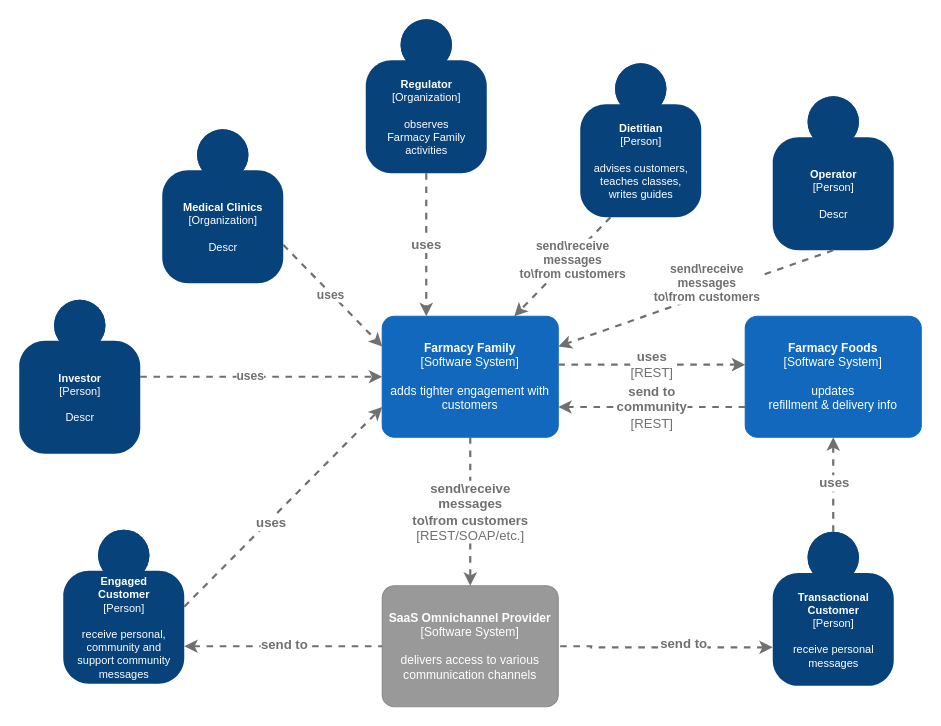
Before: page "C4.System Context" (2 of 2) of analysis/drawio.drawio in sakosy/arch_katas_2021, a draw.io diagram. Source tidied: cells renumbered, new cells numbered last; positions are measured from the earlier drawing's top-left corner, leaving out a move shared by most shapes. Both pictures are drawn from the tidied source at 110%, with x=0, y=0 at pixel (19, 19).
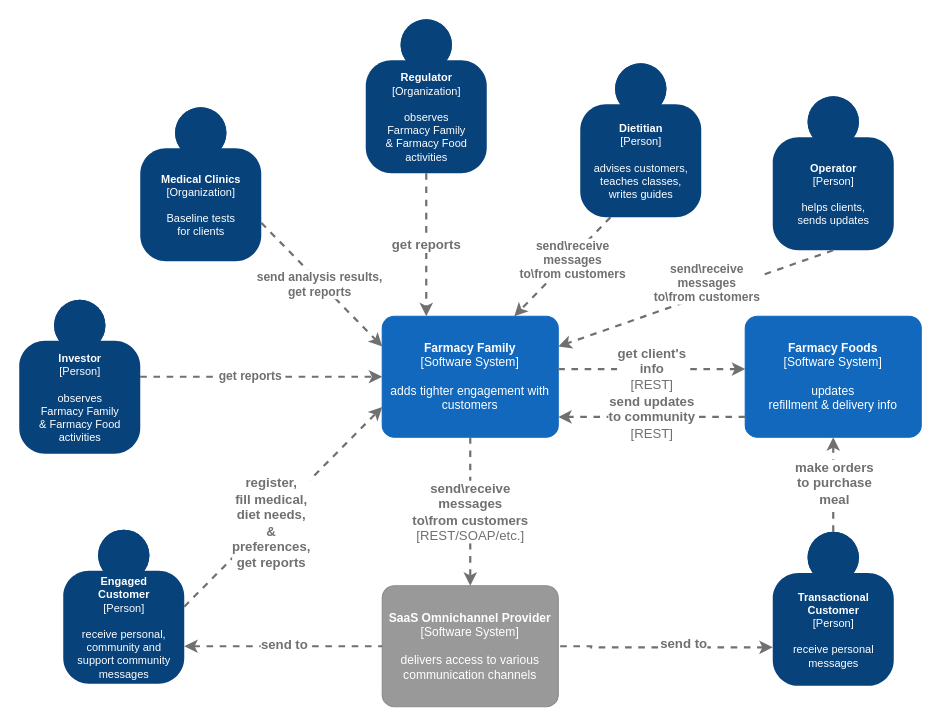
The same diagram, later.

Commit message (it also covers changes not shown here):
deleted assumptions & stakeholders files updated stakeholders & assumptions in Readme new diagram version

The change refers to these unchanged cells:
```xml
<object id="3" label="&lt;b style=&quot;font-size: 11px;&quot;&gt;%c4Name%&lt;/b&gt;&lt;div style=&quot;font-size: 11px;&quot;&gt;[%c4Type%]&lt;/div&gt;&lt;br style=&quot;font-size: 11px;&quot;&gt;&lt;div style=&quot;font-size: 11px;&quot;&gt;%c4Description%&lt;/div&gt;" c4Description="adds tighter engagement with customers" c4Name="Farmacy Family" c4Type="Software System" placeholders="1">
  <mxCell style="rounded=1;whiteSpace=wrap;html=1;labelBackgroundColor=none;fillColor=#1168BD;fontColor=#ffffff;align=center;arcSize=10;strokeColor=#1168BD;metaData={&quot;c4Type&quot;:{&quot;editable&quot;:false}};points=[[0.25,0,0],[0.5,0,0],[0.75,0,0],[1,0.25,0],[1,0.5,0],[1,0.75,0],[0.75,1,0],[0.5,1,0],[0.25,1,0],[0,0.75,0],[0,0.5,0],[0,0.25,0]];fontFamily=PT Mono;fontSize=11;" parent="1" vertex="1">
    <mxGeometry x="330" y="270" width="160" height="110" as="geometry" />
  </mxCell>
</object>
<object id="4" label="&lt;b style=&quot;font-size: 11px;&quot;&gt;%c4Name%&lt;/b&gt;&lt;div style=&quot;font-size: 11px;&quot;&gt;[%c4Type%]&lt;/div&gt;&lt;br style=&quot;font-size: 11px;&quot;&gt;&lt;div style=&quot;font-size: 11px;&quot;&gt;%c4Description%&lt;/div&gt;" c4Description="updates&#10;refillment &amp; delivery info" c4Name="Farmacy Foods" c4Type="Software System" placeholders="1">
  <mxCell style="rounded=1;whiteSpace=wrap;html=1;labelBackgroundColor=none;fillColor=#1168BD;fontColor=#ffffff;align=center;arcSize=10;strokeColor=#1168BD;metaData={&quot;c4Type&quot;:{&quot;editable&quot;:false}};points=[[0.25,0,0],[0.5,0,0],[0.75,0,0],[1,0.25,0],[1,0.5,0],[1,0.75,0],[0.75,1,0],[0.5,1,0],[0.25,1,0],[0,0.75,0],[0,0.5,0],[0,0.25,0]];fontFamily=PT Mono;fontSize=11;" parent="1" vertex="1">
    <mxGeometry x="660" y="270" width="160" height="110" as="geometry" />
  </mxCell>
</object>
<mxCell id="8" style="endArrow=classic;html=1;rounded=0;fontFamily=PT Mono;fontSize=12;fontColor=#707070;verticalAlign=middle;dashed=1;strokeColor=#707070;strokeWidth=2;endFill=1;startFill=0;entryX=0;entryY=0.75;entryDx=0;entryDy=0;entryPerimeter=0;exitX=1;exitY=0.5;exitDx=0;exitDy=0;exitPerimeter=0;" parent="1" edge="1" source="2" target="3">
  <mxGeometry relative="1" as="geometry" />
</mxCell>
<mxCell id="11" style="endArrow=classic;html=1;rounded=0;fontFamily=PT Mono;fontSize=12;fontColor=#707070;verticalAlign=middle;dashed=1;strokeColor=#707070;strokeWidth=2;endFill=1;startFill=0;exitX=0.5;exitY=0;exitDx=0;exitDy=0;exitPerimeter=0;entryX=0.5;entryY=1;entryDx=0;entryDy=0;entryPerimeter=0;edgeStyle=orthogonalEdgeStyle;" parent="1" edge="1" source="10" target="4">
  <mxGeometry relative="1" as="geometry" />
</mxCell>
<mxCell id="23" style="edgeStyle=none;rounded=0;jettySize=auto;html=1;entryX=0;entryY=0.5;entryDx=0;entryDy=0;entryPerimeter=0;fontFamily=PT Mono;fontSize=12;fontColor=#707070;startArrow=none;startFill=0;endArrow=classic;endFill=1;verticalAlign=middle;dashed=1;strokeColor=#707070;strokeWidth=2;" parent="1" edge="1" source="25" target="3">
  <mxGeometry relative="1" as="geometry" />
</mxCell>
<mxCell id="27" style="endArrow=classic;html=1;rounded=0;fontFamily=PT Mono;fontSize=12;fontColor=#707070;verticalAlign=middle;exitX=1;exitY=0.75;exitDx=0;exitDy=0;exitPerimeter=0;entryX=0;entryY=0.25;entryDx=0;entryDy=0;entryPerimeter=0;dashed=1;strokeColor=#707070;strokeWidth=2;endFill=1;startFill=0;" parent="1" edge="1" source="21" target="3">
  <mxGeometry relative="1" as="geometry" />
</mxCell>
```

Diff of the diagram source:
```diff
@@
-    <object id="7" label="&lt;div style=&quot;text-align: left&quot;&gt;&lt;div style=&quot;text-align: center&quot;&gt;&lt;b&gt;%c4Description%&lt;/b&gt;&lt;/div&gt;&lt;div style=&quot;text-align: center&quot;&gt;[%c4Technology%]&lt;/div&gt;&lt;/div&gt;" c4Description="uses" c4Technology="REST" placeholders="1">
+    <object id="7" label="&lt;div style=&quot;text-align: left&quot;&gt;&lt;div style=&quot;text-align: center&quot;&gt;&lt;b&gt;%c4Description%&lt;/b&gt;&lt;/div&gt;&lt;div style=&quot;text-align: center&quot;&gt;[%c4Technology%]&lt;/div&gt;&lt;/div&gt;" c4Description="get client's&#10;info" c4Technology="REST" placeholders="1">
       <mxCell style="edgeStyle=none;rounded=0;html=1;entryX=0;entryY=0.5;jettySize=auto;orthogonalLoop=1;strokeColor=#707070;strokeWidth=2;fontColor=#707070;jumpStyle=none;dashed=1;metaData={&quot;c4Type&quot;:{&quot;editable&quot;:false}};fontFamily=PT Mono;fontSize=12;startArrow=none;startFill=0;endArrow=classic;endFill=1;verticalAlign=middle;entryDx=0;entryDy=0;entryPerimeter=0;exitX=1;exitY=0.5;exitDx=0;exitDy=0;exitPerimeter=0;" parent="1" edge="1">
         <mxGeometry relative="1" as="geometry">
-          <mxPoint x="490" y="314" as="sourcePoint" />
-          <mxPoint x="660" y="314" as="targetPoint" />
+          <mxPoint x="490" y="318" as="sourcePoint" />
+          <mxPoint x="660" y="318" as="targetPoint" />
         </mxGeometry>
       </mxCell>
     </object>
@@
-    <mxCell id="9" value="uses" style="edgeLabel;html=1;align=center;verticalAlign=middle;fontSize=12;fontFamily=PT Mono;fontColor=#707070;fontStyle=1;" parent="8" vertex="1">
+    <mxCell id="9" value="register,&lt;br&gt;fill medical,&lt;br&gt;diet needs,&lt;br&gt;&amp;amp;&lt;br&gt;preferences,&lt;br&gt;get reports" style="edgeLabel;html=1;align=center;verticalAlign=middle;fontSize=12;fontFamily=PT Mono;fontColor=#707070;fontStyle=1;" parent="8" vertex="1">
       <mxGeometry x="-0.15" y="-1" relative="1" as="geometry">
         <mxPoint x="1" as="offset" />
       </mxGeometry>
     </mxCell>
@@
-    <mxCell id="12" value="uses" style="edgeLabel;html=1;align=center;verticalAlign=middle;fontSize=12;fontFamily=PT Mono;fontColor=#707070;fontStyle=1;" parent="11" vertex="1">
+    <mxCell id="12" value="make orders&lt;br&gt;to purchase&lt;br&gt;meal" style="edgeLabel;html=1;align=center;verticalAlign=middle;fontSize=12;fontFamily=PT Mono;fontColor=#707070;fontStyle=1;" parent="11" vertex="1">
       <mxGeometry x="-0.15" y="-1" relative="1" as="geometry">
         <mxPoint x="-1" y="-8" as="offset" />
       </mxGeometry>
     </mxCell>
@@
-    <object id="17" label="&lt;div style=&quot;text-align: left&quot;&gt;&lt;div style=&quot;text-align: center&quot;&gt;&lt;b&gt;%c4Description%&lt;/b&gt;&lt;/div&gt;&lt;div style=&quot;text-align: center&quot;&gt;[%c4Technology%]&lt;/div&gt;&lt;/div&gt;" c4Description="send to&#10;community" c4Technology="REST" placeholders="1">
-      <mxCell style="edgeStyle=none;rounded=0;html=1;entryX=1;entryY=0.75;jettySize=auto;strokeColor=#707070;strokeWidth=2;fontColor=#707070;jumpStyle=none;dashed=1;metaData={&quot;c4Type&quot;:{&quot;editable&quot;:false}};fontFamily=PT Mono;fontSize=12;startArrow=none;startFill=0;endArrow=classic;endFill=1;verticalAlign=middle;entryDx=0;entryDy=0;entryPerimeter=0;exitX=0;exitY=0.75;exitDx=0;exitDy=0;exitPerimeter=0;" parent="1" edge="1" source="4" target="3">
-        <mxGeometry relative="1" as="geometry" />
+    <object id="17" label="&lt;div style=&quot;text-align: left&quot;&gt;&lt;div style=&quot;text-align: center&quot;&gt;&lt;b&gt;%c4Description%&lt;/b&gt;&lt;/div&gt;&lt;div style=&quot;text-align: center&quot;&gt;[%c4Technology%]&lt;/div&gt;&lt;/div&gt;" c4Description="send updates&#10;to community" c4Technology="REST" placeholders="1">
+      <mxCell style="edgeStyle=none;rounded=0;html=1;entryX=1;entryY=0.75;jettySize=auto;orthogonalLoop=1;strokeColor=#707070;strokeWidth=2;fontColor=#707070;jumpStyle=none;dashed=1;metaData={&quot;c4Type&quot;:{&quot;editable&quot;:false}};fontFamily=PT Mono;fontSize=12;startArrow=none;startFill=0;endArrow=classic;endFill=1;verticalAlign=middle;entryDx=0;entryDy=0;entryPerimeter=0;exitX=0;exitY=0.75;exitDx=0;exitDy=0;exitPerimeter=0;" parent="1" edge="1">
+        <mxGeometry relative="1" as="geometry">
+          <mxPoint x="660" y="361.5" as="sourcePoint" />
+          <mxPoint x="490" y="361.5" as="targetPoint" />
+        </mxGeometry>
       </mxCell>
     </object>
@@
-    <object id="21" label="&lt;b style=&quot;font-size: 10px;&quot;&gt;%c4Name%&lt;/b&gt;&lt;div style=&quot;font-size: 10px;&quot;&gt;[%c4Type%]&lt;/div&gt;&lt;br style=&quot;font-size: 10px;&quot;&gt;&lt;div style=&quot;font-size: 10px;&quot;&gt;%c4Description%&lt;/div&gt;" c4Description="Descr" c4Name="Medical Clinics" c4Type="Organization" placeholders="1">
+    <object id="21" label="&lt;b style=&quot;font-size: 10px;&quot;&gt;%c4Name%&lt;/b&gt;&lt;div style=&quot;font-size: 10px;&quot;&gt;[%c4Type%]&lt;/div&gt;&lt;br style=&quot;font-size: 10px;&quot;&gt;&lt;div style=&quot;font-size: 10px;&quot;&gt;%c4Description%&lt;/div&gt;" c4Description="Baseline tests&#10;for clients" c4Name="Medical Clinics" c4Type="Organization" placeholders="1">
       <mxCell style="html=1;dashed=0;whitespace=wrap;fillColor=#08427b;strokeColor=none;fontColor=#ffffff;shape=mxgraph.c4.person;align=center;points=[[0.5,0,0],[1,0.5,0],[1,0.75,0],[0.75,1,0],[0.5,1,0],[0.25,1,0],[0,0.75,0],[0,0.5,0]];metaData={&quot;c4Type&quot;:{&quot;editable&quot;:false}};fontFamily=PT Mono;fontSize=10;" parent="1" vertex="1">
-        <mxGeometry x="130" y="100" width="110" height="140" as="geometry" />
+        <mxGeometry x="110" y="80" width="110" height="140" as="geometry" />
       </mxCell>
     </object>
-    <object id="22" label="&lt;b style=&quot;font-size: 10px;&quot;&gt;%c4Name%&lt;/b&gt;&lt;div style=&quot;font-size: 10px;&quot;&gt;[%c4Type%]&lt;/div&gt;&lt;br style=&quot;font-size: 10px;&quot;&gt;&lt;div style=&quot;font-size: 10px;&quot;&gt;%c4Description%&lt;/div&gt;" c4Description="observes&#10;Farmacy Family&#10;activities" c4Name="Regulator" c4Type="Organization" placeholders="1">
+    <object id="22" label="&lt;b style=&quot;font-size: 10px;&quot;&gt;%c4Name%&lt;/b&gt;&lt;div style=&quot;font-size: 10px;&quot;&gt;[%c4Type%]&lt;/div&gt;&lt;br style=&quot;font-size: 10px;&quot;&gt;&lt;div style=&quot;font-size: 10px;&quot;&gt;%c4Description%&lt;/div&gt;" c4Description="observes&#10;Farmacy Family &#10;&amp; Farmacy Food&#10;activities" c4Name="Regulator" c4Type="Organization" placeholders="1">
       <mxCell style="html=1;dashed=0;whitespace=wrap;fillColor=#08427b;strokeColor=none;fontColor=#ffffff;shape=mxgraph.c4.person;align=center;points=[[0.5,0,0],[1,0.5,0],[1,0.75,0],[0.75,1,0],[0.5,1,0],[0.25,1,0],[0,0.75,0],[0,0.5,0]];metaData={&quot;c4Type&quot;:{&quot;editable&quot;:false}};fontFamily=PT Mono;fontSize=10;" parent="1" vertex="1">
         <mxGeometry x="315" width="110" height="140" as="geometry" />
       </mxCell>
     </object>
@@
-    <mxCell id="24" value="uses" style="edgeLabel;html=1;align=center;verticalAlign=middle;fontSize=11;fontFamily=PT Mono;fontColor=#707070;fontStyle=1;" parent="23" vertex="1">
+    <mxCell id="24" value="get reports" style="edgeLabel;html=1;align=center;verticalAlign=middle;fontSize=11;fontFamily=PT Mono;fontColor=#707070;fontStyle=1;" parent="23" vertex="1">
       <mxGeometry x="-0.1" y="2" relative="1" as="geometry" />
     </mxCell>
-    <object id="25" label="&lt;b style=&quot;font-size: 10px;&quot;&gt;%c4Name%&lt;/b&gt;&lt;div style=&quot;font-size: 10px;&quot;&gt;[%c4Type%]&lt;/div&gt;&lt;br style=&quot;font-size: 10px;&quot;&gt;&lt;div style=&quot;font-size: 10px;&quot;&gt;%c4Description%&lt;/div&gt;" c4Description="Descr" c4Name="Investor" c4Type="Person" placeholders="1">
+    <object id="25" label="&lt;b style=&quot;font-size: 10px;&quot;&gt;%c4Name%&lt;/b&gt;&lt;div style=&quot;font-size: 10px;&quot;&gt;[%c4Type%]&lt;/div&gt;&lt;br style=&quot;font-size: 10px;&quot;&gt;&lt;div style=&quot;font-size: 10px;&quot;&gt;%c4Description%&lt;/div&gt;" c4Description="observes&#10;Farmacy Family &#10;&amp; Farmacy Food&#10;activities" c4Name="Investor" c4Type="Person" placeholders="1">
       <mxCell style="html=1;dashed=0;whitespace=wrap;fillColor=#08427b;strokeColor=none;fontColor=#ffffff;shape=mxgraph.c4.person;align=center;points=[[0.5,0,0],[1,0.5,0],[1,0.75,0],[0.75,1,0],[0.5,1,0],[0.25,1,0],[0,0.75,0],[0,0.5,0]];metaData={&quot;c4Type&quot;:{&quot;editable&quot;:false}};fontFamily=PT Mono;fontSize=10;" parent="1" vertex="1">
         <mxGeometry y="255" width="110" height="140" as="geometry" />
       </mxCell>
     </object>
-    <mxCell id="26" value="uses" style="endArrow=classic;html=1;rounded=0;fontFamily=PT Mono;fontSize=12;fontColor=#707070;verticalAlign=middle;exitX=0.5;exitY=1;exitDx=0;exitDy=0;exitPerimeter=0;entryX=0.25;entryY=0;entryDx=0;entryDy=0;entryPerimeter=0;dashed=1;strokeColor=#707070;strokeWidth=2;endFill=1;startFill=0;fontStyle=1;" parent="1" edge="1" source="22" target="3">
+    <mxCell id="26" value="get reports" style="endArrow=classic;html=1;rounded=0;fontFamily=PT Mono;fontSize=12;fontColor=#707070;verticalAlign=middle;exitX=0.5;exitY=1;exitDx=0;exitDy=0;exitPerimeter=0;entryX=0.25;entryY=0;entryDx=0;entryDy=0;entryPerimeter=0;dashed=1;strokeColor=#707070;strokeWidth=2;endFill=1;startFill=0;fontStyle=1;" parent="1" edge="1" source="22" target="3">
       <mxGeometry relative="1" as="geometry" />
     </mxCell>
@@
-    <mxCell id="28" value="uses" style="edgeLabel;html=1;align=center;verticalAlign=middle;fontSize=11;fontFamily=PT Mono;fontColor=#707070;fontStyle=1;" parent="27" vertex="1">
+    <mxCell id="28" value="send analysis results,&lt;br&gt;get reports" style="edgeLabel;html=1;align=center;verticalAlign=middle;fontSize=11;fontFamily=PT Mono;fontColor=#707070;fontStyle=1;" parent="27" vertex="1">
       <mxGeometry x="-0.04" y="-1" relative="1" as="geometry" />
     </mxCell>
-    <object id="29" label="&lt;b style=&quot;font-size: 10px;&quot;&gt;%c4Name%&lt;/b&gt;&lt;div style=&quot;font-size: 10px;&quot;&gt;[%c4Type%]&lt;/div&gt;&lt;br style=&quot;font-size: 10px;&quot;&gt;&lt;div style=&quot;font-size: 10px;&quot;&gt;%c4Description%&lt;/div&gt;" c4Description="Descr" c4Name="Operator" c4Type="Person" placeholders="1">
+    <object id="29" label="&lt;b style=&quot;font-size: 10px;&quot;&gt;%c4Name%&lt;/b&gt;&lt;div style=&quot;font-size: 10px;&quot;&gt;[%c4Type%]&lt;/div&gt;&lt;br style=&quot;font-size: 10px;&quot;&gt;&lt;div style=&quot;font-size: 10px;&quot;&gt;%c4Description%&lt;/div&gt;" c4Description="helps clients,&#10;sends updates" c4Name="Operator" c4Type="Person" placeholders="1">
       <mxCell style="html=1;dashed=0;whitespace=wrap;fillColor=#08427b;strokeColor=none;fontColor=#ffffff;shape=mxgraph.c4.person;align=center;points=[[0.5,0,0],[1,0.5,0],[1,0.75,0],[0.75,1,0],[0.5,1,0],[0.25,1,0],[0,0.75,0],[0,0.5,0]];metaData={&quot;c4Type&quot;:{&quot;editable&quot;:false}};fontFamily=PT Mono;fontSize=10;" parent="1" vertex="1">
         <mxGeometry x="685" y="70" width="110" height="140" as="geometry" />
       </mxCell>
     </object>
```
